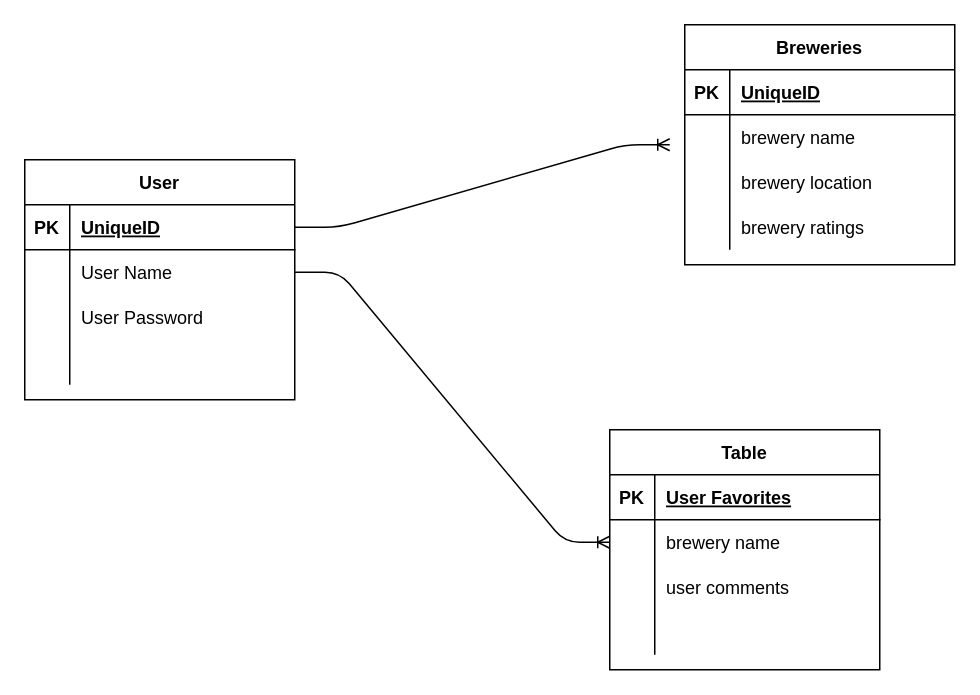
Above: erd.drawio in elek8871/Pups-and-Pubs (draw.io), before the change. Source tidied: cells renumbered, new cells numbered last; positions are measured from the earlier drawing's top-left corner, leaving out a move shared by most shapes. Both pictures are drawn from the tidied source at 150%, with x=0, y=0 at pixel (24, 24).
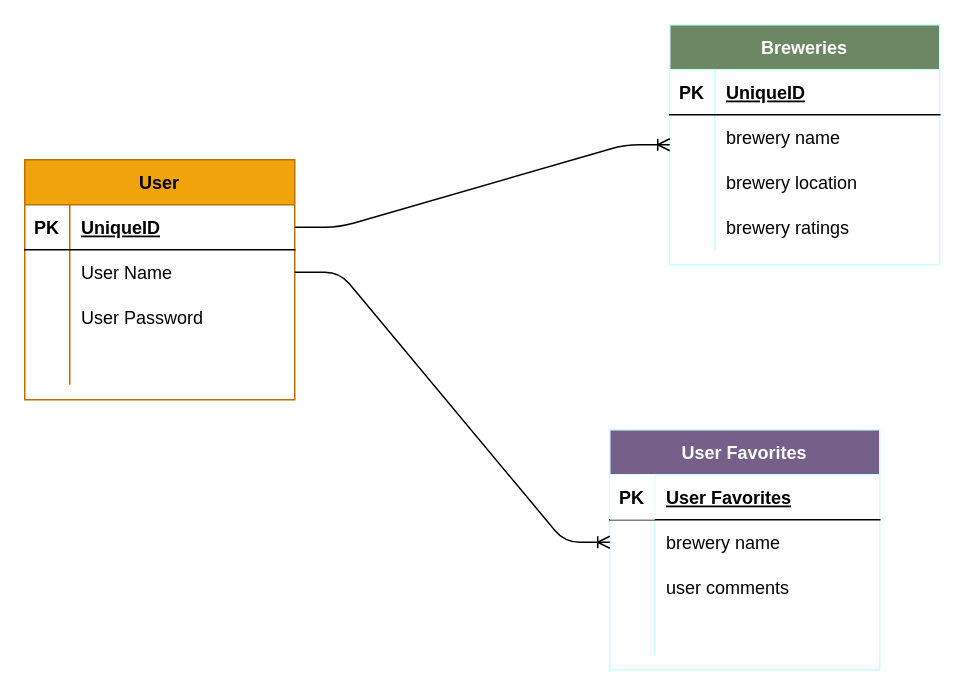
Above is the later version.

Commit message (it also covers changes not shown here):
adds read me and erd

The change refers to these unchanged cells:
```xml
<mxCell id="29" style="shape=partialRectangle;fillColor=none;top=0;left=0;bottom=1;right=0;" parent="28" vertex="1">
  <mxGeometry y="30" width="180" height="30" as="geometry" />
</mxCell>
```

Change to the diagram source:
```diff
@@
-    <mxCell id="2" value="Breweries" style="shape=table;startSize=30;childLayout=tableLayout;rowLines=0;fontStyle=1;align=center;" parent="1" vertex="1">
-      <mxGeometry x="440" width="180" height="160" as="geometry" />
+    <mxCell id="2" value="Breweries" style="shape=table;startSize=30;childLayout=tableLayout;rowLines=0;fontStyle=1;align=center;fillColor=#6d8764;fontColor=#ffffff;strokeColor=#CCFFFF;" parent="1" vertex="1">
+      <mxGeometry x="430" width="180" height="160" as="geometry" />
     </mxCell>
@@
-    <mxCell id="15" value="User" style="shape=table;startSize=30;childLayout=tableLayout;rowLines=0;fontStyle=1;align=center;" parent="1" vertex="1">
+    <mxCell id="15" value="User" style="shape=table;startSize=30;childLayout=tableLayout;rowLines=0;fontStyle=1;align=center;fillColor=#f0a30a;fontColor=#000000;strokeColor=#BD7000;" parent="1" vertex="1">
       <mxGeometry y="90" width="180" height="160" as="geometry" />
     </mxCell>
@@
-    <mxCell id="28" value="Table" style="shape=table;startSize=30;childLayout=tableLayout;rowLines=0;fontStyle=1;align=center;" parent="1" vertex="1">
+    <mxCell id="28" value="User Favorites" style="shape=table;startSize=30;childLayout=tableLayout;rowLines=0;fontStyle=1;align=center;fillColor=#76608a;fontColor=#ffffff;strokeColor=#CCFFFF;" parent="1" vertex="1">
       <mxGeometry x="390" y="270" width="180" height="160" as="geometry" />
     </mxCell>
@@
-    <mxCell id="30" value="PK" style="shape=partialRectangle;fillColor=none;top=0;left=0;bottom=0;right=0;fontStyle=1;overflow=hidden;" parent="29" vertex="1">
+    <mxCell id="30" value="PK" style="shape=partialRectangle;fillColor=default;top=0;left=0;bottom=0;right=0;fontStyle=1;overflow=hidden;" parent="29" vertex="1">
       <mxGeometry width="30" height="30" as="geometry" />
     </mxCell>
```
